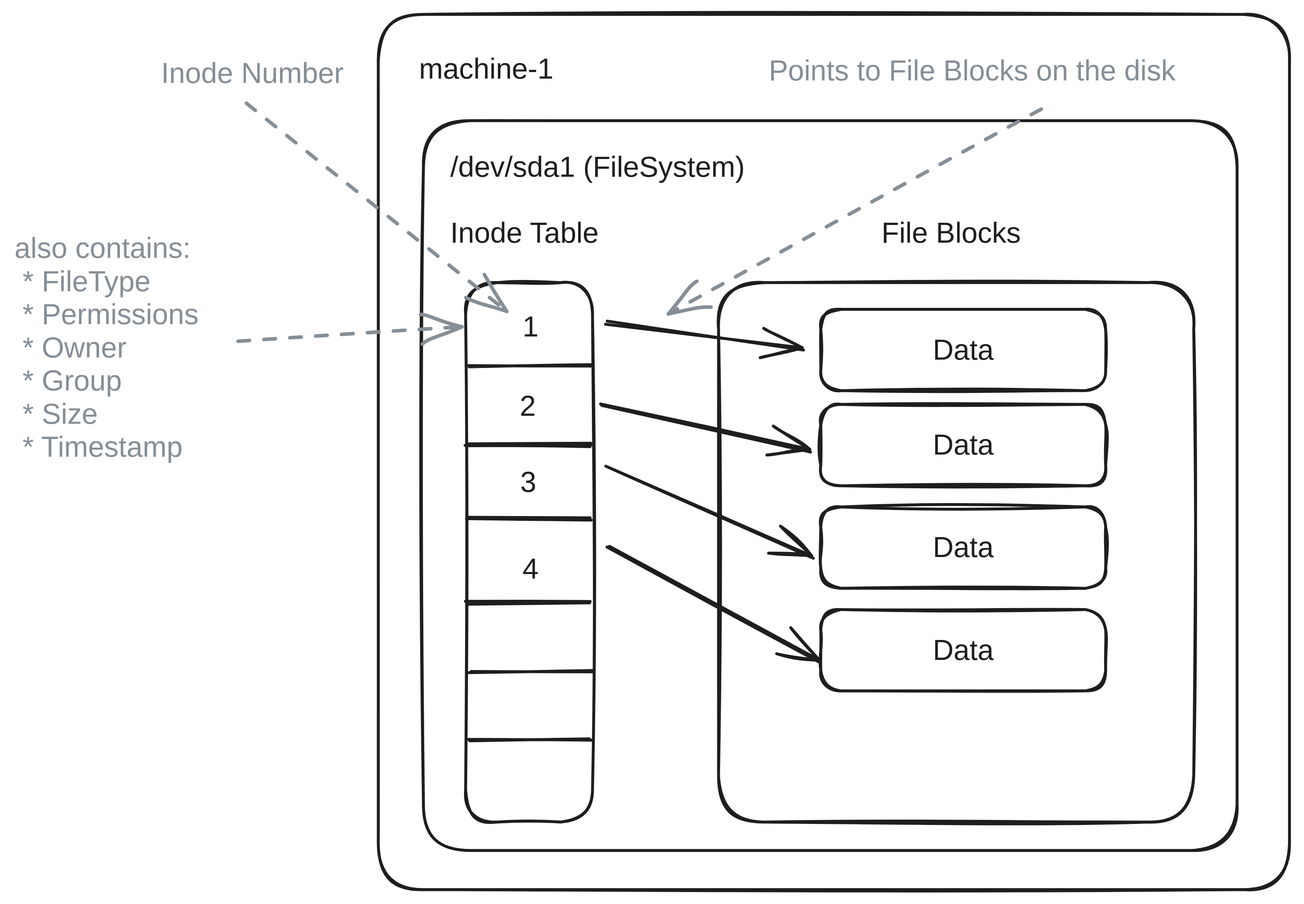
The Excalidraw diagram presentation/public/fs_basic.excalidraw.svg in patrickpichler/beesting_talk, before a commit. Source tidied: one line per element, renumbered; positions are measured from the earlier drawing's top-left corner, leaving out a move shared by most shapes. The source it was exported from:
```json
{"id": 0, "type": "rectangle", "strokeColor": "#1e1e1e", "strokeWidth": 2, "roughness": 1, "round": true, "x": 252, "y": 0, "width": 632, "height": 608}
{"id": 1, "type": "text", "text": "machine-1", "strokeColor": "#1e1e1e", "strokeWidth": 2, "roughness": 1, "fontSize": 20, "fontFamily": 2, "x": 281, "y": 27, "width": 93, "height": 23}
{"id": 2, "type": "rectangle", "strokeColor": "#1e1e1e", "strokeWidth": 2, "roughness": 1, "round": true, "x": 284, "y": 74, "width": 565, "height": 507}
{"id": 3, "type": "text", "text": "/dev/sda1 (FileSystem)", "strokeColor": "#1e1e1e", "strokeWidth": 2, "roughness": 1, "fontSize": 20, "fontFamily": 2, "x": 302, "y": 95, "width": 205, "height": 23}
{"id": 4, "type": "rectangle", "strokeColor": "#1e1e1e", "strokeWidth": 2, "roughness": 1, "round": true, "x": 313, "y": 186, "width": 88, "height": 374}
{"id": 5, "type": "line", "strokeColor": "#1e1e1e", "strokeWidth": 2, "roughness": 1, "round": true, "x": 315, "y": 244, "width": 85, "height": 0, "points": [[0, 0], [85, 0]]}
{"id": 6, "type": "line", "strokeColor": "#1e1e1e", "strokeWidth": 2, "roughness": 1, "round": true, "x": 313, "y": 299, "width": 85, "height": 0, "points": [[0, 0], [85, 0]]}
{"id": 7, "type": "line", "strokeColor": "#1e1e1e", "strokeWidth": 2, "roughness": 1, "round": true, "x": 315, "y": 299, "width": 85, "height": 0, "points": [[0, 0], [85, 0]]}
{"id": 8, "type": "line", "strokeColor": "#1e1e1e", "strokeWidth": 2, "roughness": 1, "round": true, "x": 315, "y": 350, "width": 85, "height": 0, "points": [[0, 0], [85, 0]]}
{"id": 9, "type": "line", "strokeColor": "#1e1e1e", "strokeWidth": 2, "roughness": 1, "round": true, "x": 314, "y": 409, "width": 85, "height": 0, "points": [[0, 0], [85, 0]]}
{"id": 10, "type": "line", "strokeColor": "#1e1e1e", "strokeWidth": 2, "roughness": 1, "round": true, "x": 316, "y": 456, "width": 85, "height": 0, "points": [[0, 0], [85, 0]]}
{"id": 11, "type": "line", "strokeColor": "#1e1e1e", "strokeWidth": 2, "roughness": 1, "round": true, "x": 315, "y": 504, "width": 85, "height": 0, "points": [[0, 0], [85, 0]]}
{"id": 12, "type": "rectangle", "strokeColor": "#1e1e1e", "strokeWidth": 2, "roughness": 1, "round": true, "x": 489, "y": 186, "width": 330, "height": 374}
{"id": 13, "type": "rectangle", "strokeColor": "#1e1e1e", "strokeWidth": 2, "roughness": 1, "round": true, "x": 560, "y": 205, "width": 198, "height": 56}
{"id": 14, "type": "text", "text": "Data", "strokeColor": "#1e1e1e", "strokeWidth": 2, "roughness": 1, "fontSize": 20, "fontFamily": 2, "textAlign": "center", "verticalAlign": "middle", "inside": 13, "x": 637, "y": 221, "width": 42, "height": 23}
{"id": 15, "type": "text", "text": "Inode Table", "strokeColor": "#1e1e1e", "strokeWidth": 2, "roughness": 1, "fontSize": 20, "fontFamily": 2, "x": 302, "y": 140, "width": 103, "height": 23}
{"id": 16, "type": "text", "text": "File Blocks", "strokeColor": "#1e1e1e", "strokeWidth": 2, "roughness": 1, "fontSize": 20, "fontFamily": 2, "x": 602, "y": 140, "width": 97, "height": 23}
{"id": 17, "type": "text", "text": "1", "strokeColor": "#1e1e1e", "strokeWidth": 2, "roughness": 1, "fontSize": 20, "fontFamily": 2, "x": 353, "y": 205, "width": 11, "height": 23}
{"id": 18, "type": "text", "text": "2", "strokeColor": "#1e1e1e", "strokeWidth": 2, "roughness": 1, "fontSize": 20, "fontFamily": 2, "x": 351, "y": 260, "width": 11, "height": 23}
{"id": 19, "type": "text", "text": "3", "strokeColor": "#1e1e1e", "strokeWidth": 2, "roughness": 1, "fontSize": 20, "fontFamily": 2, "x": 351, "y": 313, "width": 11, "height": 23}
{"id": 20, "type": "text", "text": "4", "strokeColor": "#1e1e1e", "strokeWidth": 2, "roughness": 1, "fontSize": 20, "fontFamily": 2, "x": 353, "y": 373, "width": 11, "height": 23}
{"id": 21, "type": "arrow", "strokeColor": "#1e1e1e", "strokeWidth": 2, "roughness": 1, "endArrowhead": "arrow", "round": true, "from": 4, "to": 13, "x": 411, "y": 214, "width": 137, "height": 18, "points": [[0, 0], [137, 18]]}
{"id": 22, "type": "arrow", "strokeColor": "#1e1e1e", "strokeWidth": 2, "roughness": 1, "endArrowhead": "arrow", "round": true, "from": 4, "to": 23, "x": 406, "y": 271, "width": 145, "height": 32, "points": [[0, 0], [145, 32]]}
{"id": 23, "type": "rectangle", "strokeColor": "#1e1e1e", "strokeWidth": 2, "roughness": 1, "round": true, "x": 560, "y": 271, "width": 198, "height": 56}
{"id": 24, "type": "text", "text": "Data", "strokeColor": "#1e1e1e", "strokeWidth": 2, "roughness": 1, "fontSize": 20, "fontFamily": 2, "textAlign": "center", "verticalAlign": "middle", "inside": 23, "x": 637, "y": 287, "width": 42, "height": 23}
{"id": 25, "type": "rectangle", "strokeColor": "#1e1e1e", "strokeWidth": 2, "roughness": 1, "round": true, "x": 560, "y": 342, "width": 198, "height": 56}
{"id": 26, "type": "text", "text": "Data", "strokeColor": "#1e1e1e", "strokeWidth": 2, "roughness": 1, "fontSize": 20, "fontFamily": 2, "textAlign": "center", "verticalAlign": "middle", "inside": 25, "x": 637, "y": 359, "width": 42, "height": 23}
{"id": 27, "type": "rectangle", "strokeColor": "#1e1e1e", "strokeWidth": 2, "roughness": 1, "round": true, "x": 560, "y": 413, "width": 198, "height": 56}
{"id": 28, "type": "text", "text": "Data", "strokeColor": "#1e1e1e", "strokeWidth": 2, "roughness": 1, "fontSize": 20, "fontFamily": 2, "textAlign": "center", "verticalAlign": "middle", "inside": 27, "x": 637, "y": 430, "width": 42, "height": 23}
{"id": 29, "type": "arrow", "strokeColor": "#1e1e1e", "strokeWidth": 2, "roughness": 1, "endArrowhead": "arrow", "round": true, "from": 4, "to": 25, "x": 411, "y": 313, "width": 144, "height": 63, "points": [[0, 0], [144, 63]]}
{"id": 30, "type": "arrow", "strokeColor": "#1e1e1e", "strokeWidth": 2, "roughness": 1, "endArrowhead": "arrow", "round": true, "from": 4, "to": 27, "x": 412, "y": 369, "width": 146, "height": 80, "points": [[0, 0], [146, 80]]}
{"id": 31, "type": "arrow", "strokeColor": "#868e96", "strokeWidth": 2, "strokeStyle": "dashed", "roughness": 1, "endArrowhead": "arrow", "round": true, "from": 32, "to": 4, "x": 155, "y": 227, "width": 157, "height": 10, "points": [[0, 0], [157, -10]]}
{"id": 32, "type": "text", "text": "also contains:\n * FileType\n * Permissions\n * Owner\n * Group\n * Size\n * Timestamp", "strokeColor": "#868e96", "strokeWidth": 2, "strokeStyle": "dashed", "roughness": 1, "fontSize": 20, "fontFamily": 2, "x": 0, "y": 151, "width": 128, "height": 161}
{"id": 33, "type": "arrow", "strokeColor": "#868e96", "strokeWidth": 2, "strokeStyle": "dashed", "roughness": 1, "endArrowhead": "arrow", "round": true, "from": 34, "to": 17, "x": 162, "y": 61, "width": 179, "height": 145, "points": [[0, 0], [179, 145]]}
{"id": 34, "type": "text", "text": "Inode Number", "strokeColor": "#868e96", "strokeWidth": 2, "strokeStyle": "dashed", "roughness": 1, "fontSize": 20, "fontFamily": 2, "x": 102, "y": 30, "width": 127, "height": 23}
{"id": 35, "type": "arrow", "strokeColor": "#868e96", "strokeWidth": 2, "strokeStyle": "dashed", "roughness": 1, "endArrowhead": "arrow", "round": true, "from": 2, "x": 714, "y": 67, "width": 259, "height": 141, "points": [[0, 0], [-259, 141]]}
{"id": 36, "type": "text", "text": "Points to File Blocks on the disk", "strokeColor": "#868e96", "strokeWidth": 2, "strokeStyle": "dashed", "roughness": 1, "fontSize": 20, "fontFamily": 2, "x": 524, "y": 28, "width": 282, "height": 23}
```
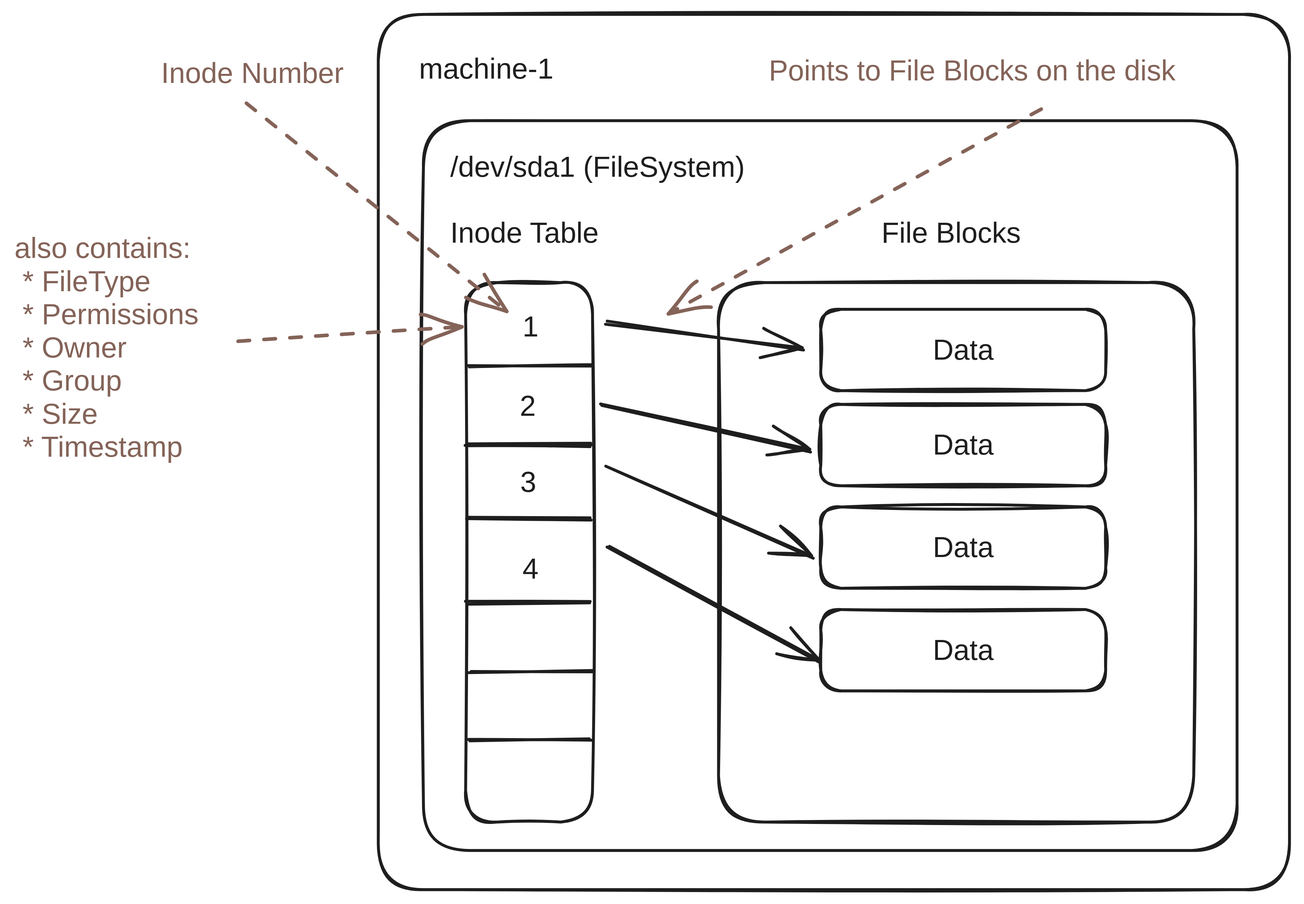
The same file after the commit.

What changed in the source:
```diff
@@ -29,9 +29,9 @@
 {"id": 28, "type": "text", "text": "Data", "strokeColor": "#1e1e1e", "strokeWidth": 2, "roughness": 1, "fontSize": 20, "fontFamily": 2, "textAlign": "center", "verticalAlign": "middle", "inside": 27, "x": 637, "y": 430, "width": 42, "height": 23}
 {"id": 29, "type": "arrow", "strokeColor": "#1e1e1e", "strokeWidth": 2, "roughness": 1, "endArrowhead": "arrow", "round": true, "from": 4, "to": 25, "x": 411, "y": 313, "width": 144, "height": 63, "points": [[0, 0], [144, 63]]}
 {"id": 30, "type": "arrow", "strokeColor": "#1e1e1e", "strokeWidth": 2, "roughness": 1, "endArrowhead": "arrow", "round": true, "from": 4, "to": 27, "x": 412, "y": 369, "width": 146, "height": 80, "points": [[0, 0], [146, 80]]}
-{"id": 31, "type": "arrow", "strokeColor": "#868e96", "strokeWidth": 2, "strokeStyle": "dashed", "roughness": 1, "endArrowhead": "arrow", "round": true, "from": 32, "to": 4, "x": 155, "y": 227, "width": 157, "height": 10, "points": [[0, 0], [157, -10]]}
+{"id": 31, "type": "arrow", "strokeColor": "#846358", "strokeWidth": 2, "strokeStyle": "dashed", "roughness": 1, "endArrowhead": "arrow", "round": true, "from": 32, "to": 4, "x": 155, "y": 227, "width": 157, "height": 10, "points": [[0, 0], [157, -10]]}
-{"id": 32, "type": "text", "text": "also contains:\n * FileType\n * Permissions\n * Owner\n * Group\n * Size\n * Timestamp", "strokeColor": "#868e96", "strokeWidth": 2, "strokeStyle": "dashed", "roughness": 1, "fontSize": 20, "fontFamily": 2, "x": 0, "y": 151, "width": 128, "height": 161}
+{"id": 32, "type": "text", "text": "also contains:\n * FileType\n * Permissions\n * Owner\n * Group\n * Size\n * Timestamp", "strokeColor": "#846358", "strokeWidth": 2, "strokeStyle": "dashed", "roughness": 1, "fontSize": 20, "fontFamily": 2, "x": 0, "y": 151, "width": 128, "height": 161}
-{"id": 33, "type": "arrow", "strokeColor": "#868e96", "strokeWidth": 2, "strokeStyle": "dashed", "roughness": 1, "endArrowhead": "arrow", "round": true, "from": 34, "to": 17, "x": 162, "y": 61, "width": 179, "height": 145, "points": [[0, 0], [179, 145]]}
+{"id": 33, "type": "arrow", "strokeColor": "#846358", "strokeWidth": 2, "strokeStyle": "dashed", "roughness": 1, "endArrowhead": "arrow", "round": true, "from": 34, "to": 17, "x": 162, "y": 61, "width": 179, "height": 145, "points": [[0, 0], [179, 145]]}
-{"id": 34, "type": "text", "text": "Inode Number", "strokeColor": "#868e96", "strokeWidth": 2, "strokeStyle": "dashed", "roughness": 1, "fontSize": 20, "fontFamily": 2, "x": 102, "y": 30, "width": 127, "height": 23}
+{"id": 34, "type": "text", "text": "Inode Number", "strokeColor": "#846358", "strokeWidth": 2, "strokeStyle": "dashed", "roughness": 1, "fontSize": 20, "fontFamily": 2, "x": 102, "y": 30, "width": 127, "height": 23}
-{"id": 35, "type": "arrow", "strokeColor": "#868e96", "strokeWidth": 2, "strokeStyle": "dashed", "roughness": 1, "endArrowhead": "arrow", "round": true, "from": 2, "x": 714, "y": 67, "width": 259, "height": 141, "points": [[0, 0], [-259, 141]]}
+{"id": 35, "type": "arrow", "strokeColor": "#846358", "strokeWidth": 2, "strokeStyle": "dashed", "roughness": 1, "endArrowhead": "arrow", "round": true, "from": 2, "x": 714, "y": 67, "width": 259, "height": 141, "points": [[0, 0], [-259, 141]]}
-{"id": 36, "type": "text", "text": "Points to File Blocks on the disk", "strokeColor": "#868e96", "strokeWidth": 2, "strokeStyle": "dashed", "roughness": 1, "fontSize": 20, "fontFamily": 2, "x": 524, "y": 28, "width": 282, "height": 23}
+{"id": 36, "type": "text", "text": "Points to File Blocks on the disk", "strokeColor": "#846358", "strokeWidth": 2, "strokeStyle": "dashed", "roughness": 1, "fontSize": 20, "fontFamily": 2, "x": 524, "y": 28, "width": 282, "height": 23}
```
